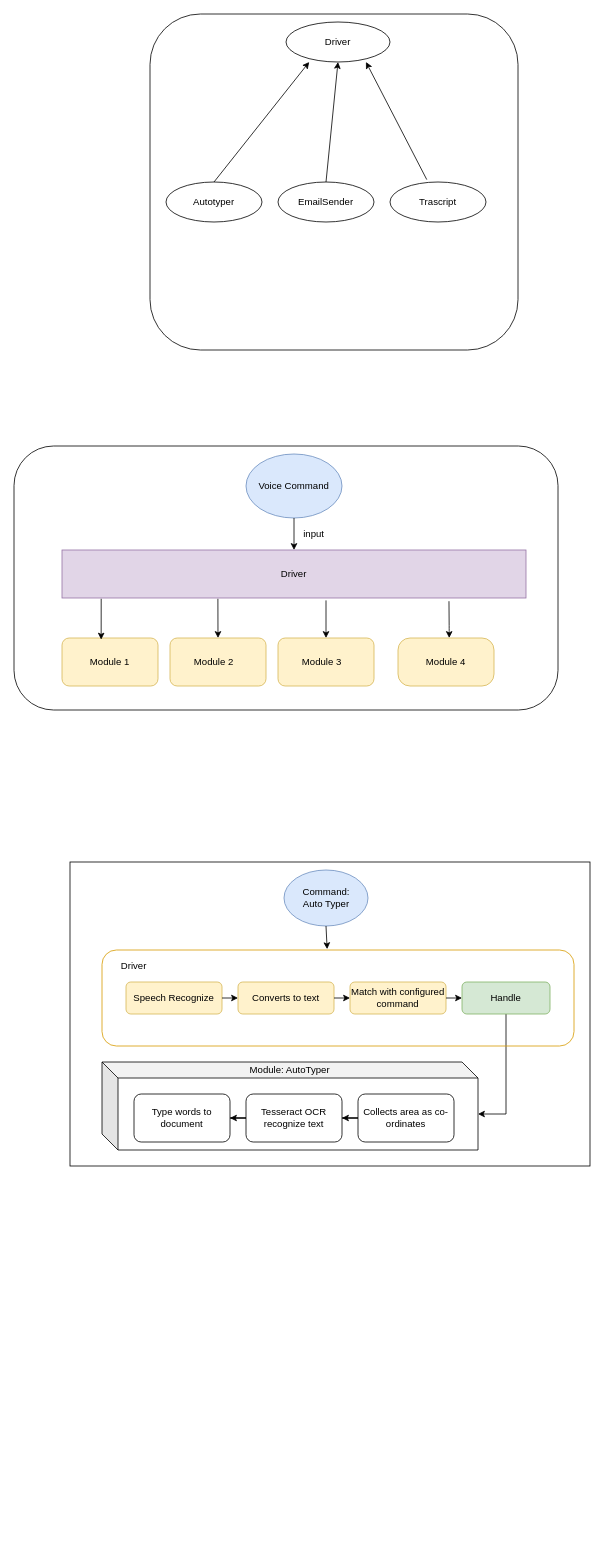
ShubhamNagure/Assignments keeps this draw.io diagram as Untitled Diagram.drawio. Above is the earlier version. Source tidied: cells renumbered, new cells numbered last; positions are measured from the earlier drawing's top-left corner, leaving out a move shared by most shapes. Both pictures are drawn from the tidied source at 80%, with x=0, y=0 at pixel (14, 14).
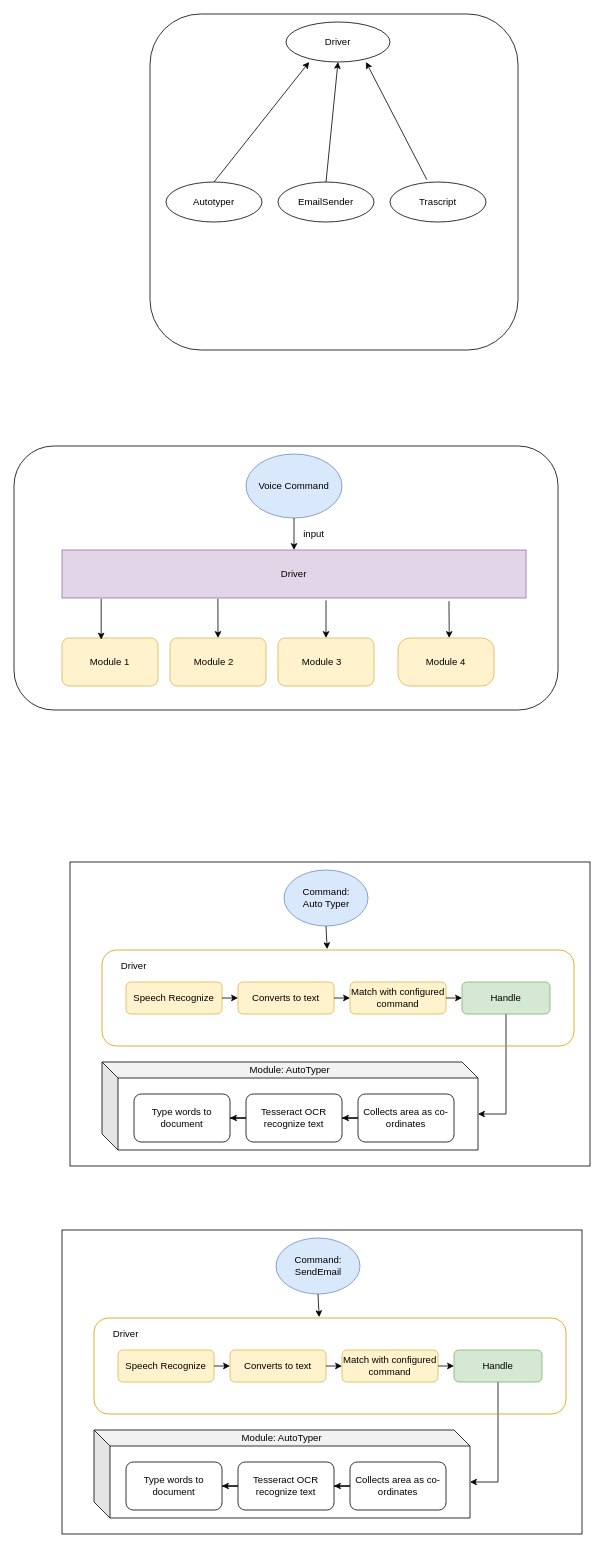
After the change.

Change to the diagram source:
```diff
@@
+    <mxCell id="47" style="rounded=0;whiteSpace=wrap;html=1;" parent="1" vertex="1">
+      <mxGeometry x="60" y="1520" width="650" height="380" as="geometry" />
+    </mxCell>
+    <mxCell id="48" value="Command:&lt;br&gt;SendEmail" style="ellipse;whiteSpace=wrap;html=1;fillColor=#dae8fc;strokeColor=#6c8ebf;" parent="1" vertex="1">
+      <mxGeometry x="327.5" y="1530" width="105" height="70" as="geometry" />
+    </mxCell>
+    <mxCell id="49" value="Speech Recognize" style="rounded=1;whiteSpace=wrap;html=1;fillColor=#fff2cc;strokeColor=#d6b656;" parent="1" vertex="1">
+      <mxGeometry x="130" y="1670" width="120" height="40" as="geometry" />
+    </mxCell>
+    <mxCell id="50" value="Converts to text" style="rounded=1;whiteSpace=wrap;html=1;fillColor=#fff2cc;strokeColor=#d6b656;" parent="1" vertex="1">
+      <mxGeometry x="270" y="1670" width="120" height="40" as="geometry" />
+    </mxCell>
+    <mxCell id="51" style="endArrow=classic;html=1;entryX=0;entryY=0.5;entryDx=0;entryDy=0;" parent="1" edge="1" target="50">
+      <mxGeometry relative="1" as="geometry">
+        <mxPoint x="250" y="1690" as="sourcePoint" />
+      </mxGeometry>
+    </mxCell>
+    <mxCell id="52" value="Driver" style="text;html=1;strokeColor=none;fillColor=none;align=center;verticalAlign=middle;whiteSpace=wrap;rounded=0;" parent="1" vertex="1">
+      <mxGeometry x="120" y="1640" width="40" height="20" as="geometry" />
+    </mxCell>
+    <mxCell id="53" value="Match with configured&lt;br&gt;command" style="rounded=1;whiteSpace=wrap;html=1;fillColor=#fff2cc;strokeColor=#d6b656;" parent="1" vertex="1">
+      <mxGeometry x="410" y="1670" width="120" height="40" as="geometry" />
+    </mxCell>
+    <mxCell id="54" style="endArrow=classic;html=1;exitX=1;exitY=0.5;exitDx=0;exitDy=0;entryX=0;entryY=0.5;entryDx=0;entryDy=0;" parent="1" edge="1" source="50" target="53">
+      <mxGeometry relative="1" as="geometry" />
+    </mxCell>
+    <mxCell id="55" style="edgeStyle=orthogonalEdgeStyle;rounded=0;jettySize=auto;html=1;entryX=0;entryY=0;entryDx=470;entryDy=65;entryPerimeter=0;" parent="1" edge="1" source="56" target="59">
+      <mxGeometry relative="1" as="geometry" />
+    </mxCell>
+    <mxCell id="56" value="Handle" style="rounded=1;whiteSpace=wrap;html=1;fillColor=#d5e8d4;strokeColor=#82b366;" parent="1" vertex="1">
+      <mxGeometry x="550" y="1670" width="110" height="40" as="geometry" />
+    </mxCell>
+    <mxCell id="57" style="endArrow=classic;html=1;exitX=1;exitY=0.5;exitDx=0;exitDy=0;entryX=0;entryY=0.5;entryDx=0;entryDy=0;" parent="1" edge="1" source="53" target="56">
+      <mxGeometry relative="1" as="geometry" />
+    </mxCell>
+    <mxCell id="58" style="rounded=1;whiteSpace=wrap;html=1;strokeColor=#d79b00;fillColor=none;" parent="1" vertex="1">
+      <mxGeometry x="100" y="1630" width="590" height="120" as="geometry" />
+    </mxCell>
+    <mxCell id="59" style="shape=cube;whiteSpace=wrap;html=1;boundedLbl=1;backgroundOutline=1;darkOpacity=0.05;darkOpacity2=0.1;fillColor=none;" parent="1" vertex="1">
+      <mxGeometry x="100" y="1770" width="470" height="110" as="geometry" />
+    </mxCell>
+    <mxCell id="60" style="edgeStyle=orthogonalEdgeStyle;rounded=0;jettySize=auto;html=1;" parent="1" edge="1" source="61" target="63">
+      <mxGeometry relative="1" as="geometry" />
+    </mxCell>
+    <mxCell id="61" value="Collects area as co-ordinates" style="rounded=1;whiteSpace=wrap;html=1;fillColor=none;" parent="1" vertex="1">
+      <mxGeometry x="420" y="1810" width="120" height="60" as="geometry" />
+    </mxCell>
+    <mxCell id="62" style="edgeStyle=orthogonalEdgeStyle;rounded=0;jettySize=auto;html=1;" parent="1" edge="1" source="63" target="64">
+      <mxGeometry relative="1" as="geometry" />
+    </mxCell>
+    <mxCell id="63" value="Tesseract OCR&lt;br&gt;recognize text" style="rounded=1;whiteSpace=wrap;html=1;fillColor=none;" parent="1" vertex="1">
+      <mxGeometry x="280" y="1810" width="120" height="60" as="geometry" />
+    </mxCell>
+    <mxCell id="64" value="Type words to document" style="rounded=1;whiteSpace=wrap;html=1;fillColor=none;" parent="1" vertex="1">
+      <mxGeometry x="140" y="1810" width="120" height="60" as="geometry" />
+    </mxCell>
+    <mxCell id="65" value="Module: AutoTyper" style="text;html=1;strokeColor=none;fillColor=none;align=center;verticalAlign=middle;whiteSpace=wrap;rounded=0;" parent="1" vertex="1">
+      <mxGeometry x="260" y="1770" width="150" height="20" as="geometry" />
+    </mxCell>
+    <mxCell id="66" style="endArrow=classic;html=1;exitX=0.5;exitY=1;exitDx=0;exitDy=0;entryX=0.477;entryY=-0.009;entryDx=0;entryDy=0;entryPerimeter=0;" parent="1" edge="1" source="48" target="58">
+      <mxGeometry relative="1" as="geometry" />
+    </mxCell>
```
